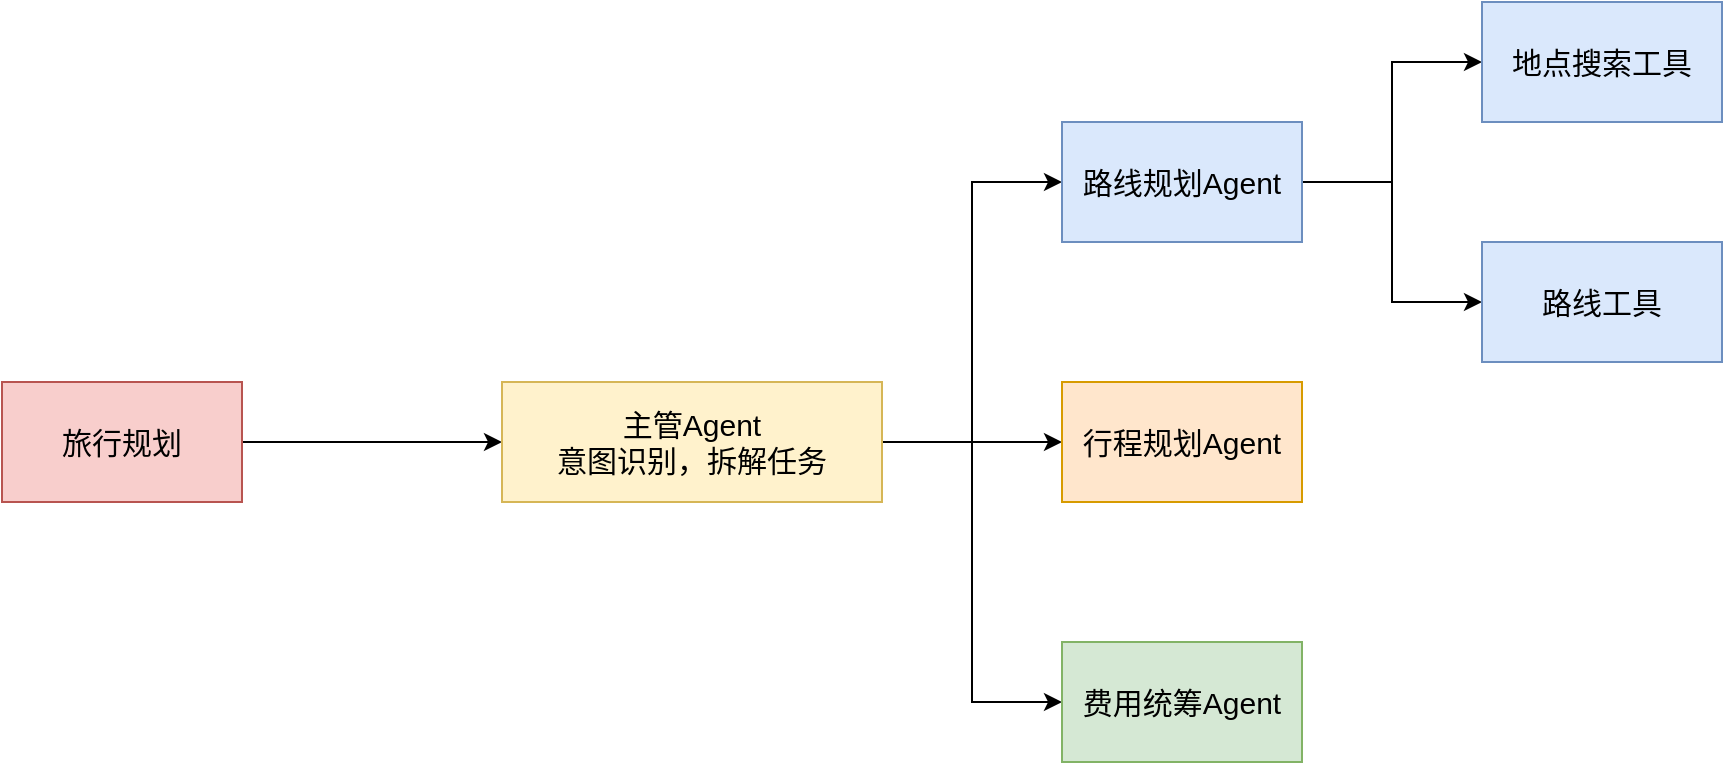
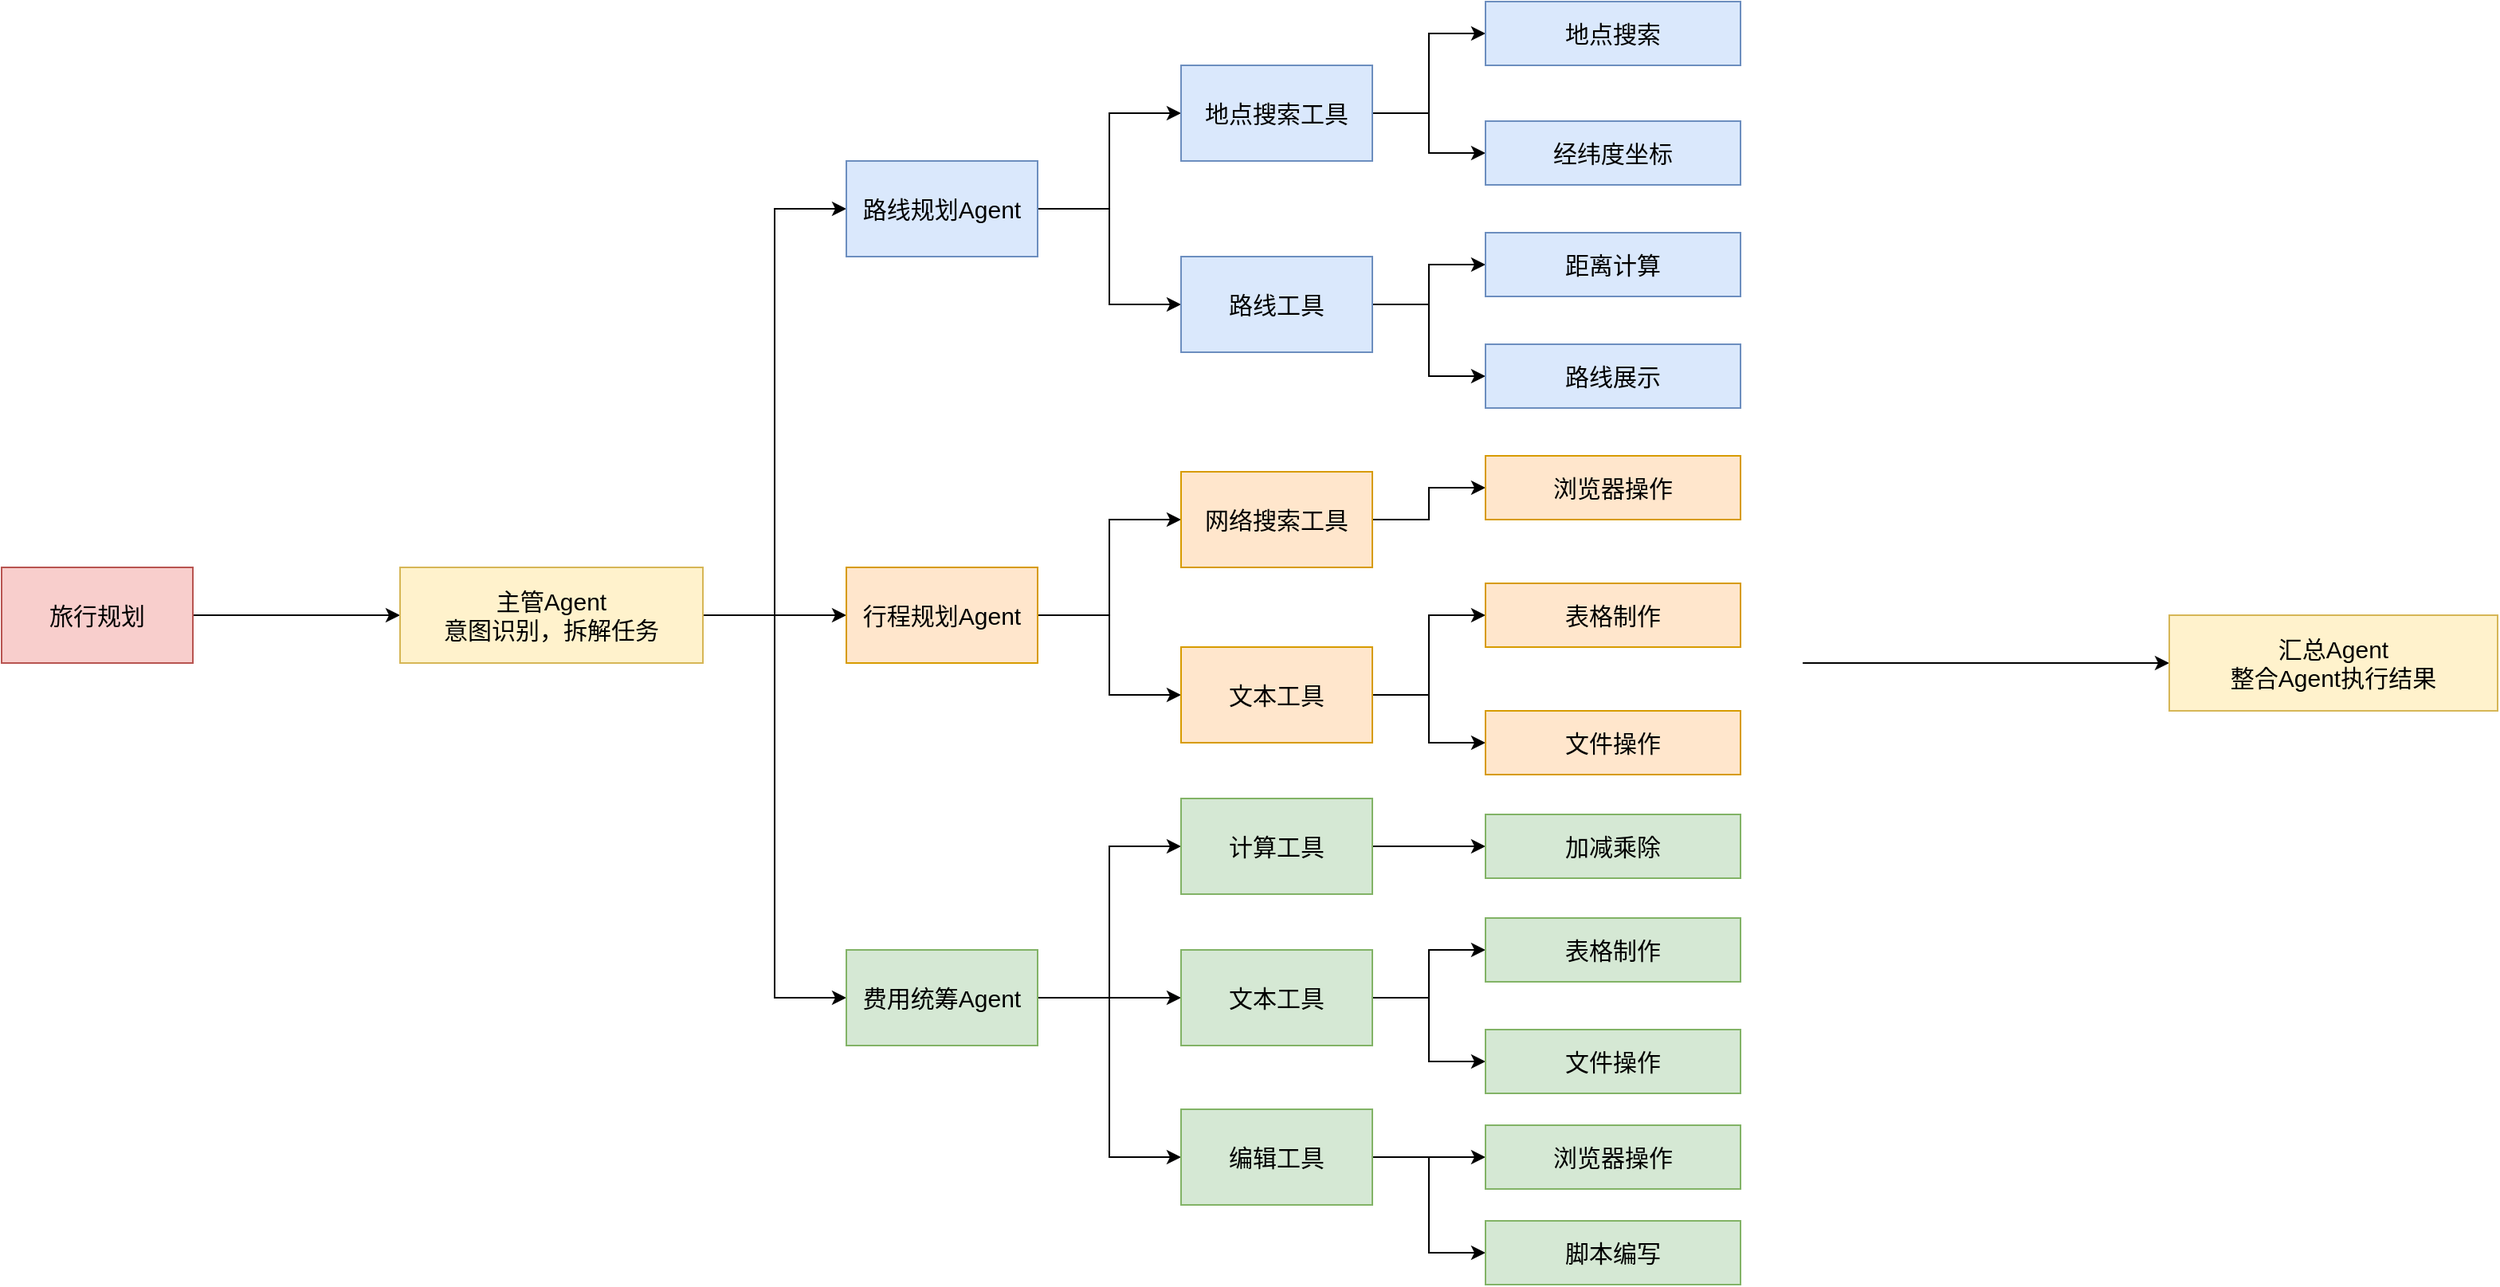
<mxfile host="app.diagrams.net">
  <diagram name="第 1 页" id="cVeWISThQ6S4HxRwD8J-">
    <mxGraphModel dx="1414" dy="751" grid="1" gridSize="10" guides="1" tooltips="1" connect="1" arrows="1" fold="1" page="1" pageScale="1" pageWidth="827" pageHeight="1169" math="0" shadow="0">
      <root>
        <mxCell id="0" />
        <mxCell id="1" parent="0" />
-         <mxCell id="IMRru-20d9ixE-izOrU--8" edge="1" parent="1" source="IMRru-20d9ixE-izOrU--1" style="edgeStyle=orthogonalEdgeStyle;rounded=0;orthogonalLoop=1;jettySize=auto;html=1;entryX=0;entryY=0.5;entryDx=0;entryDy=0;" target="IMRru-20d9ixE-izOrU--2">
+         <mxCell id="IMRru-20d9ixE-izOrU--8" edge="1" parent="1" source="IMRru-20d9ixE-izOrU--1" style="edgeStyle=orthogonalEdgeStyle;rounded=0;orthogonalLoop=1;jettySize=auto;html=1;entryX=0;entryY=0.5;entryDx=0;entryDy=0;fontSize=15;" target="IMRru-20d9ixE-izOrU--2">
          <mxGeometry relative="1" as="geometry" />
        </mxCell>
        <mxCell id="IMRru-20d9ixE-izOrU--1" parent="1" style="rounded=0;whiteSpace=wrap;html=1;fillColor=#f8cecc;strokeColor=#b85450;fontSize=15;" value="旅行规划" vertex="1">
          <mxGeometry height="60" width="120" x="150" y="410" as="geometry" />
        </mxCell>
-         <mxCell id="IMRru-20d9ixE-izOrU--9" edge="1" parent="1" source="IMRru-20d9ixE-izOrU--2" style="edgeStyle=orthogonalEdgeStyle;rounded=0;orthogonalLoop=1;jettySize=auto;html=1;entryX=0;entryY=0.5;entryDx=0;entryDy=0;" target="IMRru-20d9ixE-izOrU--3">
+         <mxCell id="IMRru-20d9ixE-izOrU--9" edge="1" parent="1" source="IMRru-20d9ixE-izOrU--2" style="edgeStyle=orthogonalEdgeStyle;rounded=0;orthogonalLoop=1;jettySize=auto;html=1;entryX=0;entryY=0.5;entryDx=0;entryDy=0;fontSize=15;" target="IMRru-20d9ixE-izOrU--3">
          <mxGeometry relative="1" as="geometry" />
        </mxCell>
-         <mxCell id="IMRru-20d9ixE-izOrU--10" edge="1" parent="1" source="IMRru-20d9ixE-izOrU--2" style="edgeStyle=orthogonalEdgeStyle;rounded=0;orthogonalLoop=1;jettySize=auto;html=1;entryX=0;entryY=0.5;entryDx=0;entryDy=0;" target="IMRru-20d9ixE-izOrU--4">
+         <mxCell id="IMRru-20d9ixE-izOrU--10" edge="1" parent="1" source="IMRru-20d9ixE-izOrU--2" style="edgeStyle=orthogonalEdgeStyle;rounded=0;orthogonalLoop=1;jettySize=auto;html=1;entryX=0;entryY=0.5;entryDx=0;entryDy=0;fontSize=15;" target="IMRru-20d9ixE-izOrU--4">
          <mxGeometry relative="1" as="geometry" />
        </mxCell>
-         <mxCell id="IMRru-20d9ixE-izOrU--11" edge="1" parent="1" source="IMRru-20d9ixE-izOrU--2" style="edgeStyle=orthogonalEdgeStyle;rounded=0;orthogonalLoop=1;jettySize=auto;html=1;exitX=1;exitY=0.5;exitDx=0;exitDy=0;entryX=0;entryY=0.5;entryDx=0;entryDy=0;" target="IMRru-20d9ixE-izOrU--5">
+         <mxCell id="IMRru-20d9ixE-izOrU--11" edge="1" parent="1" source="IMRru-20d9ixE-izOrU--2" style="edgeStyle=orthogonalEdgeStyle;rounded=0;orthogonalLoop=1;jettySize=auto;html=1;exitX=1;exitY=0.5;exitDx=0;exitDy=0;entryX=0;entryY=0.5;entryDx=0;entryDy=0;fontSize=15;" target="IMRru-20d9ixE-izOrU--5">
          <mxGeometry relative="1" as="geometry" />
        </mxCell>
        <mxCell id="IMRru-20d9ixE-izOrU--2" parent="1" style="rounded=0;whiteSpace=wrap;html=1;fillColor=#fff2cc;strokeColor=#d6b656;fontSize=15;" value="主管Agent&lt;div&gt;意图识别，拆解任务&lt;/div&gt;" vertex="1">
          <mxGeometry height="60" width="190" x="400" y="410" as="geometry" />
        </mxCell>
-         <mxCell id="IMRru-20d9ixE-izOrU--12" edge="1" parent="1" source="IMRru-20d9ixE-izOrU--3" style="edgeStyle=orthogonalEdgeStyle;rounded=0;orthogonalLoop=1;jettySize=auto;html=1;entryX=0;entryY=0.5;entryDx=0;entryDy=0;" target="IMRru-20d9ixE-izOrU--14">
+         <mxCell id="IMRru-20d9ixE-izOrU--12" edge="1" parent="1" source="IMRru-20d9ixE-izOrU--3" style="edgeStyle=orthogonalEdgeStyle;rounded=0;orthogonalLoop=1;jettySize=auto;html=1;entryX=0;entryY=0.5;entryDx=0;entryDy=0;fontSize=15;" target="IMRru-20d9ixE-izOrU--14">
          <mxGeometry relative="1" as="geometry">
-             <mxPoint x="840" y="250" as="targetPoint" />
+             <mxPoint x="840" y="125" as="targetPoint" />
          </mxGeometry>
        </mxCell>
-         <mxCell id="IMRru-20d9ixE-izOrU--13" edge="1" parent="1" source="IMRru-20d9ixE-izOrU--3" style="edgeStyle=orthogonalEdgeStyle;rounded=0;orthogonalLoop=1;jettySize=auto;html=1;entryX=0;entryY=0.5;entryDx=0;entryDy=0;" target="IMRru-20d9ixE-izOrU--15">
+         <mxCell id="IMRru-20d9ixE-izOrU--13" edge="1" parent="1" source="IMRru-20d9ixE-izOrU--3" style="edgeStyle=orthogonalEdgeStyle;rounded=0;orthogonalLoop=1;jettySize=auto;html=1;entryX=0;entryY=0.5;entryDx=0;entryDy=0;fontSize=15;" target="IMRru-20d9ixE-izOrU--15">
          <mxGeometry relative="1" as="geometry">
-             <mxPoint x="890" y="375" as="targetPoint" />
+             <mxPoint x="890" y="250" as="targetPoint" />
          </mxGeometry>
        </mxCell>
        <mxCell id="IMRru-20d9ixE-izOrU--3" parent="1" style="rounded=0;whiteSpace=wrap;html=1;fillColor=#dae8fc;strokeColor=#6c8ebf;fontSize=15;" value="路线规划Agent" vertex="1">
-           <mxGeometry height="60" width="120" x="680" y="280" as="geometry" />
+           <mxGeometry height="60" width="120" x="680" y="155" as="geometry" />
+         </mxCell>
+         <mxCell id="IMRru-20d9ixE-izOrU--18" edge="1" parent="1" source="IMRru-20d9ixE-izOrU--4" style="edgeStyle=orthogonalEdgeStyle;rounded=0;orthogonalLoop=1;jettySize=auto;html=1;entryX=0;entryY=0.5;entryDx=0;entryDy=0;fontSize=15;" target="IMRru-20d9ixE-izOrU--16">
+           <mxGeometry relative="1" as="geometry" />
+         </mxCell>
+         <mxCell id="IMRru-20d9ixE-izOrU--19" edge="1" parent="1" source="IMRru-20d9ixE-izOrU--4" style="edgeStyle=orthogonalEdgeStyle;rounded=0;orthogonalLoop=1;jettySize=auto;html=1;entryX=0;entryY=0.5;entryDx=0;entryDy=0;fontSize=15;" target="IMRru-20d9ixE-izOrU--17">
+           <mxGeometry relative="1" as="geometry" />
        </mxCell>
        <mxCell id="IMRru-20d9ixE-izOrU--4" parent="1" style="rounded=0;whiteSpace=wrap;html=1;fillColor=#ffe6cc;strokeColor=#d79b00;fontSize=15;" value="行程规划Agent" vertex="1">
          <mxGeometry height="60" width="120" x="680" y="410" as="geometry" />
        </mxCell>
+         <mxCell id="IMRru-20d9ixE-izOrU--23" edge="1" parent="1" source="IMRru-20d9ixE-izOrU--5" style="edgeStyle=orthogonalEdgeStyle;rounded=0;orthogonalLoop=1;jettySize=auto;html=1;entryX=0;entryY=0.5;entryDx=0;entryDy=0;fontSize=15;" target="IMRru-20d9ixE-izOrU--20">
+           <mxGeometry relative="1" as="geometry" />
+         </mxCell>
+         <mxCell id="IMRru-20d9ixE-izOrU--24" edge="1" parent="1" source="IMRru-20d9ixE-izOrU--5" style="edgeStyle=orthogonalEdgeStyle;rounded=0;orthogonalLoop=1;jettySize=auto;html=1;exitX=1;exitY=0.5;exitDx=0;exitDy=0;entryX=0;entryY=0.5;entryDx=0;entryDy=0;fontSize=15;" target="IMRru-20d9ixE-izOrU--21">
+           <mxGeometry relative="1" as="geometry" />
+         </mxCell>
+         <mxCell id="IMRru-20d9ixE-izOrU--25" edge="1" parent="1" source="IMRru-20d9ixE-izOrU--5" style="edgeStyle=orthogonalEdgeStyle;rounded=0;orthogonalLoop=1;jettySize=auto;html=1;entryX=0;entryY=0.5;entryDx=0;entryDy=0;fontSize=15;" target="IMRru-20d9ixE-izOrU--22">
+           <mxGeometry relative="1" as="geometry" />
+         </mxCell>
        <mxCell id="IMRru-20d9ixE-izOrU--5" parent="1" style="rounded=0;whiteSpace=wrap;html=1;fillColor=#d5e8d4;strokeColor=#82b366;fontSize=15;" value="费用统筹Agent" vertex="1">
-           <mxGeometry height="60" width="120" x="680" y="540" as="geometry" />
+           <mxGeometry height="60" width="120" x="680" y="650" as="geometry" />
+         </mxCell>
+         <mxCell id="IMRru-20d9ixE-izOrU--29" edge="1" parent="1" source="IMRru-20d9ixE-izOrU--14" style="edgeStyle=orthogonalEdgeStyle;rounded=0;orthogonalLoop=1;jettySize=auto;html=1;entryX=0;entryY=0.5;entryDx=0;entryDy=0;fontSize=15;" target="IMRru-20d9ixE-izOrU--26">
+           <mxGeometry relative="1" as="geometry" />
+         </mxCell>
+         <mxCell id="IMRru-20d9ixE-izOrU--30" edge="1" parent="1" source="IMRru-20d9ixE-izOrU--14" style="edgeStyle=orthogonalEdgeStyle;rounded=0;orthogonalLoop=1;jettySize=auto;html=1;entryX=0;entryY=0.5;entryDx=0;entryDy=0;fontSize=15;" target="IMRru-20d9ixE-izOrU--28">
+           <mxGeometry relative="1" as="geometry" />
        </mxCell>
        <mxCell id="IMRru-20d9ixE-izOrU--14" parent="1" style="rounded=0;whiteSpace=wrap;html=1;fillColor=#dae8fc;strokeColor=#6c8ebf;fontSize=15;" value="地点搜索工具" vertex="1">
-           <mxGeometry height="60" width="120" x="890" y="220" as="geometry" />
+           <mxGeometry height="60" width="120" x="890" y="95" as="geometry" />
+         </mxCell>
+         <mxCell id="IMRru-20d9ixE-izOrU--33" edge="1" parent="1" source="IMRru-20d9ixE-izOrU--15" style="edgeStyle=orthogonalEdgeStyle;rounded=0;orthogonalLoop=1;jettySize=auto;html=1;entryX=0;entryY=0.5;entryDx=0;entryDy=0;fontSize=15;" target="IMRru-20d9ixE-izOrU--31">
+           <mxGeometry relative="1" as="geometry" />
+         </mxCell>
+         <mxCell id="IMRru-20d9ixE-izOrU--34" edge="1" parent="1" source="IMRru-20d9ixE-izOrU--15" style="edgeStyle=orthogonalEdgeStyle;rounded=0;orthogonalLoop=1;jettySize=auto;html=1;entryX=0;entryY=0.5;entryDx=0;entryDy=0;fontSize=15;" target="IMRru-20d9ixE-izOrU--32">
+           <mxGeometry relative="1" as="geometry" />
        </mxCell>
        <mxCell id="IMRru-20d9ixE-izOrU--15" parent="1" style="rounded=0;whiteSpace=wrap;html=1;fillColor=#dae8fc;strokeColor=#6c8ebf;fontSize=15;" value="路线工具" vertex="1">
-           <mxGeometry height="60" width="120" x="890" y="340" as="geometry" />
+           <mxGeometry height="60" width="120" x="890" y="215" as="geometry" />
+         </mxCell>
+         <mxCell id="IMRru-20d9ixE-izOrU--36" edge="1" parent="1" source="IMRru-20d9ixE-izOrU--16" style="edgeStyle=orthogonalEdgeStyle;rounded=0;orthogonalLoop=1;jettySize=auto;html=1;entryX=0;entryY=0.5;entryDx=0;entryDy=0;fontSize=15;" target="IMRru-20d9ixE-izOrU--35">
+           <mxGeometry relative="1" as="geometry" />
+         </mxCell>
+         <mxCell id="IMRru-20d9ixE-izOrU--16" parent="1" style="rounded=0;whiteSpace=wrap;html=1;fillColor=#ffe6cc;strokeColor=#d79b00;fontSize=15;" value="网络搜索工具" vertex="1">
+           <mxGeometry height="60" width="120" x="890" y="350" as="geometry" />
+         </mxCell>
+         <mxCell id="IMRru-20d9ixE-izOrU--39" edge="1" parent="1" source="IMRru-20d9ixE-izOrU--17" style="edgeStyle=orthogonalEdgeStyle;rounded=0;orthogonalLoop=1;jettySize=auto;html=1;entryX=0;entryY=0.5;entryDx=0;entryDy=0;fontSize=15;" target="IMRru-20d9ixE-izOrU--37">
+           <mxGeometry relative="1" as="geometry" />
+         </mxCell>
+         <mxCell id="IMRru-20d9ixE-izOrU--40" edge="1" parent="1" source="IMRru-20d9ixE-izOrU--17" style="edgeStyle=orthogonalEdgeStyle;rounded=0;orthogonalLoop=1;jettySize=auto;html=1;entryX=0;entryY=0.5;entryDx=0;entryDy=0;fontSize=15;" target="IMRru-20d9ixE-izOrU--38">
+           <mxGeometry relative="1" as="geometry" />
+         </mxCell>
+         <mxCell id="IMRru-20d9ixE-izOrU--17" parent="1" style="rounded=0;whiteSpace=wrap;html=1;fillColor=#ffe6cc;strokeColor=#d79b00;fontSize=15;" value="文本工具" vertex="1">
+           <mxGeometry height="60" width="120" x="890" y="460" as="geometry" />
+         </mxCell>
+         <mxCell id="IMRru-20d9ixE-izOrU--42" edge="1" parent="1" source="IMRru-20d9ixE-izOrU--20" style="edgeStyle=orthogonalEdgeStyle;rounded=0;orthogonalLoop=1;jettySize=auto;html=1;entryX=0;entryY=0.5;entryDx=0;entryDy=0;fontSize=15;" target="IMRru-20d9ixE-izOrU--41">
+           <mxGeometry relative="1" as="geometry" />
+         </mxCell>
+         <mxCell id="IMRru-20d9ixE-izOrU--20" parent="1" style="rounded=0;whiteSpace=wrap;html=1;fillColor=#d5e8d4;strokeColor=#82b366;fontSize=15;" value="计算工具" vertex="1">
+           <mxGeometry height="60" width="120" x="890" y="555" as="geometry" />
+         </mxCell>
+         <mxCell id="IMRru-20d9ixE-izOrU--47" edge="1" parent="1" source="IMRru-20d9ixE-izOrU--21" style="edgeStyle=orthogonalEdgeStyle;rounded=0;orthogonalLoop=1;jettySize=auto;html=1;entryX=0;entryY=0.5;entryDx=0;entryDy=0;fontSize=15;" target="IMRru-20d9ixE-izOrU--43">
+           <mxGeometry relative="1" as="geometry" />
+         </mxCell>
+         <mxCell id="IMRru-20d9ixE-izOrU--48" edge="1" parent="1" source="IMRru-20d9ixE-izOrU--21" style="edgeStyle=orthogonalEdgeStyle;rounded=0;orthogonalLoop=1;jettySize=auto;html=1;entryX=0;entryY=0.5;entryDx=0;entryDy=0;fontSize=15;" target="IMRru-20d9ixE-izOrU--44">
+           <mxGeometry relative="1" as="geometry" />
+         </mxCell>
+         <mxCell id="IMRru-20d9ixE-izOrU--21" parent="1" style="rounded=0;whiteSpace=wrap;html=1;fillColor=#d5e8d4;strokeColor=#82b366;fontSize=15;" value="文本工具" vertex="1">
+           <mxGeometry height="60" width="120" x="890" y="650" as="geometry" />
+         </mxCell>
+         <mxCell id="IMRru-20d9ixE-izOrU--49" edge="1" parent="1" source="IMRru-20d9ixE-izOrU--22" style="edgeStyle=orthogonalEdgeStyle;rounded=0;orthogonalLoop=1;jettySize=auto;html=1;entryX=0;entryY=0.5;entryDx=0;entryDy=0;fontSize=15;" target="IMRru-20d9ixE-izOrU--45">
+           <mxGeometry relative="1" as="geometry">
+             <Array as="points">
+               <mxPoint x="1040" y="780" />
+               <mxPoint x="1040" y="780" />
+             </Array>
+           </mxGeometry>
+         </mxCell>
+         <mxCell id="IMRru-20d9ixE-izOrU--50" edge="1" parent="1" source="IMRru-20d9ixE-izOrU--22" style="edgeStyle=orthogonalEdgeStyle;rounded=0;orthogonalLoop=1;jettySize=auto;html=1;entryX=0;entryY=0.5;entryDx=0;entryDy=0;fontSize=15;" target="IMRru-20d9ixE-izOrU--46">
+           <mxGeometry relative="1" as="geometry" />
+         </mxCell>
+         <mxCell id="IMRru-20d9ixE-izOrU--22" parent="1" style="rounded=0;whiteSpace=wrap;html=1;fillColor=#d5e8d4;strokeColor=#82b366;fontSize=15;" value="编辑工具" vertex="1">
+           <mxGeometry height="60" width="120" x="890" y="750" as="geometry" />
+         </mxCell>
+         <mxCell id="IMRru-20d9ixE-izOrU--26" parent="1" style="rounded=0;whiteSpace=wrap;html=1;fillColor=#dae8fc;strokeColor=#6c8ebf;fontSize=15;" value="地点搜索" vertex="1">
+           <mxGeometry height="40" width="160" x="1081" y="55" as="geometry" />
+         </mxCell>
+         <mxCell id="IMRru-20d9ixE-izOrU--28" parent="1" style="rounded=0;whiteSpace=wrap;html=1;fillColor=#dae8fc;strokeColor=#6c8ebf;fontSize=15;" value="经纬度坐标" vertex="1">
+           <mxGeometry height="40" width="160" x="1081" y="130" as="geometry" />
+         </mxCell>
+         <mxCell id="IMRru-20d9ixE-izOrU--31" parent="1" style="rounded=0;whiteSpace=wrap;html=1;fillColor=#dae8fc;strokeColor=#6c8ebf;fontSize=15;" value="距离计算" vertex="1">
+           <mxGeometry height="40" width="160" x="1081" y="200" as="geometry" />
+         </mxCell>
+         <mxCell id="IMRru-20d9ixE-izOrU--32" parent="1" style="rounded=0;whiteSpace=wrap;html=1;fillColor=#dae8fc;strokeColor=#6c8ebf;fontSize=15;" value="路线展示" vertex="1">
+           <mxGeometry height="40" width="160" x="1081" y="270" as="geometry" />
+         </mxCell>
+         <mxCell id="IMRru-20d9ixE-izOrU--35" parent="1" style="rounded=0;whiteSpace=wrap;html=1;fillColor=#ffe6cc;strokeColor=#d79b00;fontSize=15;" value="浏览器操作" vertex="1">
+           <mxGeometry height="40" width="160" x="1081" y="340" as="geometry" />
+         </mxCell>
+         <mxCell id="IMRru-20d9ixE-izOrU--37" parent="1" style="rounded=0;whiteSpace=wrap;html=1;fillColor=#ffe6cc;strokeColor=#d79b00;fontSize=15;" value="表格制作" vertex="1">
+           <mxGeometry height="40" width="160" x="1081" y="420" as="geometry" />
+         </mxCell>
+         <mxCell id="IMRru-20d9ixE-izOrU--38" parent="1" style="rounded=0;whiteSpace=wrap;html=1;fillColor=#ffe6cc;strokeColor=#d79b00;fontSize=15;" value="文件操作" vertex="1">
+           <mxGeometry height="40" width="160" x="1081" y="500" as="geometry" />
+         </mxCell>
+         <mxCell id="IMRru-20d9ixE-izOrU--41" parent="1" style="rounded=0;whiteSpace=wrap;html=1;fillColor=#d5e8d4;strokeColor=#82b366;fontSize=15;" value="加减乘除" vertex="1">
+           <mxGeometry height="40" width="160" x="1081" y="565" as="geometry" />
+         </mxCell>
+         <mxCell id="IMRru-20d9ixE-izOrU--43" parent="1" style="rounded=0;whiteSpace=wrap;html=1;fillColor=#d5e8d4;strokeColor=#82b366;fontSize=15;" value="表格制作" vertex="1">
+           <mxGeometry height="40" width="160" x="1081" y="630" as="geometry" />
+         </mxCell>
+         <mxCell id="IMRru-20d9ixE-izOrU--44" parent="1" style="rounded=0;whiteSpace=wrap;html=1;fillColor=#d5e8d4;strokeColor=#82b366;fontSize=15;" value="文件操作" vertex="1">
+           <mxGeometry height="40" width="160" x="1081" y="700" as="geometry" />
+         </mxCell>
+         <mxCell id="IMRru-20d9ixE-izOrU--45" parent="1" style="rounded=0;whiteSpace=wrap;html=1;fillColor=#d5e8d4;strokeColor=#82b366;fontSize=15;" value="浏览器操作" vertex="1">
+           <mxGeometry height="40" width="160" x="1081" y="760" as="geometry" />
+         </mxCell>
+         <mxCell id="IMRru-20d9ixE-izOrU--46" parent="1" style="rounded=0;whiteSpace=wrap;html=1;fillColor=#d5e8d4;strokeColor=#82b366;fontSize=15;" value="脚本编写" vertex="1">
+           <mxGeometry height="40" width="160" x="1081" y="820" as="geometry" />
+         </mxCell>
+         <mxCell id="IMRru-20d9ixE-izOrU--51" edge="1" parent="1" style="endArrow=classic;html=1;rounded=0;fontSize=15;" value="">
+           <mxGeometry height="50" relative="1" width="50" as="geometry">
+             <mxPoint x="1280" y="470" as="sourcePoint" />
+             <mxPoint x="1510" y="470" as="targetPoint" />
+           </mxGeometry>
+         </mxCell>
+         <mxCell id="IMRru-20d9ixE-izOrU--52" parent="1" style="rounded=0;whiteSpace=wrap;html=1;fillColor=#fff2cc;strokeColor=#d6b656;fontSize=15;" value="汇总Agent&lt;div&gt;整合Agent执行结果&lt;/div&gt;" vertex="1">
+           <mxGeometry height="60" width="206" x="1510" y="440" as="geometry" />
        </mxCell>
      </root>
    </mxGraphModel>
  </diagram>
</mxfile>
